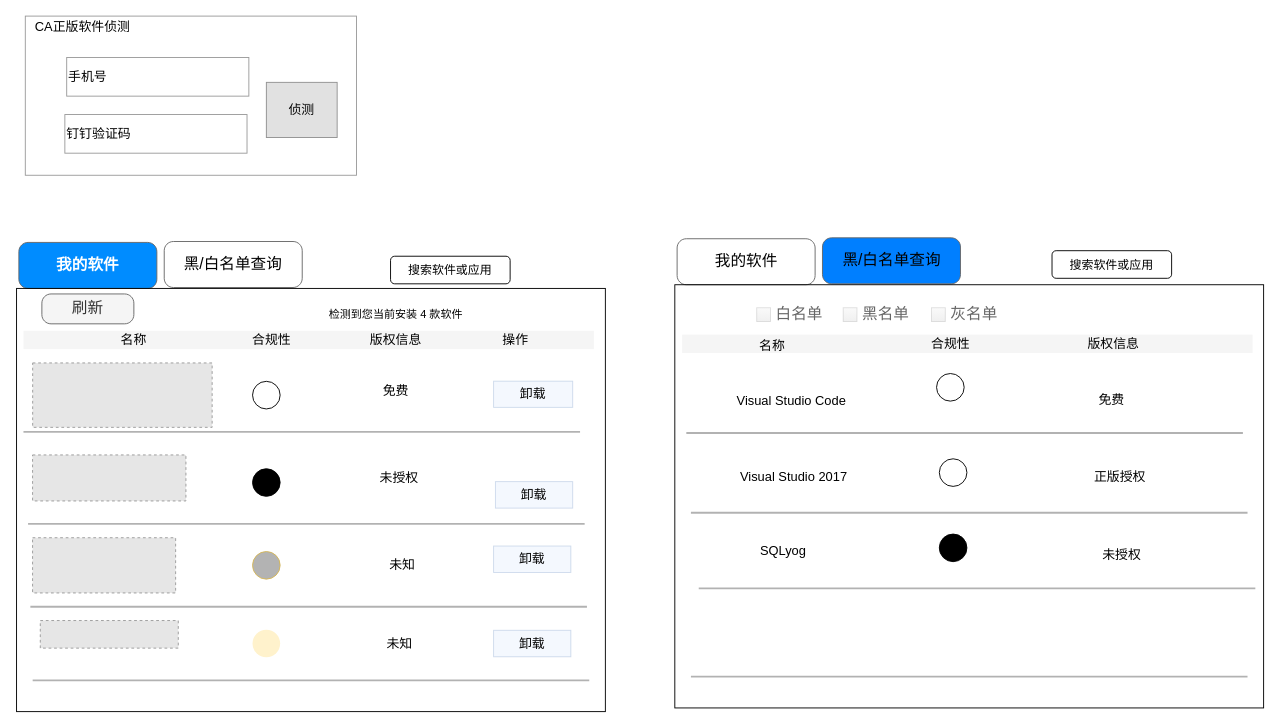
Earlier version of the draw.io diagram page "客户端v2" (4 of 6) of 正版软件管理.drawio (mashifei/uml). Source tidied: cells renumbered, new cells numbered last; positions are measured from the earlier drawing's top-left corner, leaving out a move shared by most shapes. Both pictures are drawn from the tidied source at 92%, with x=0, y=0 at pixel (17, 16). Pictures stored in the file or linked from it are replaced by grey dashed boxes.
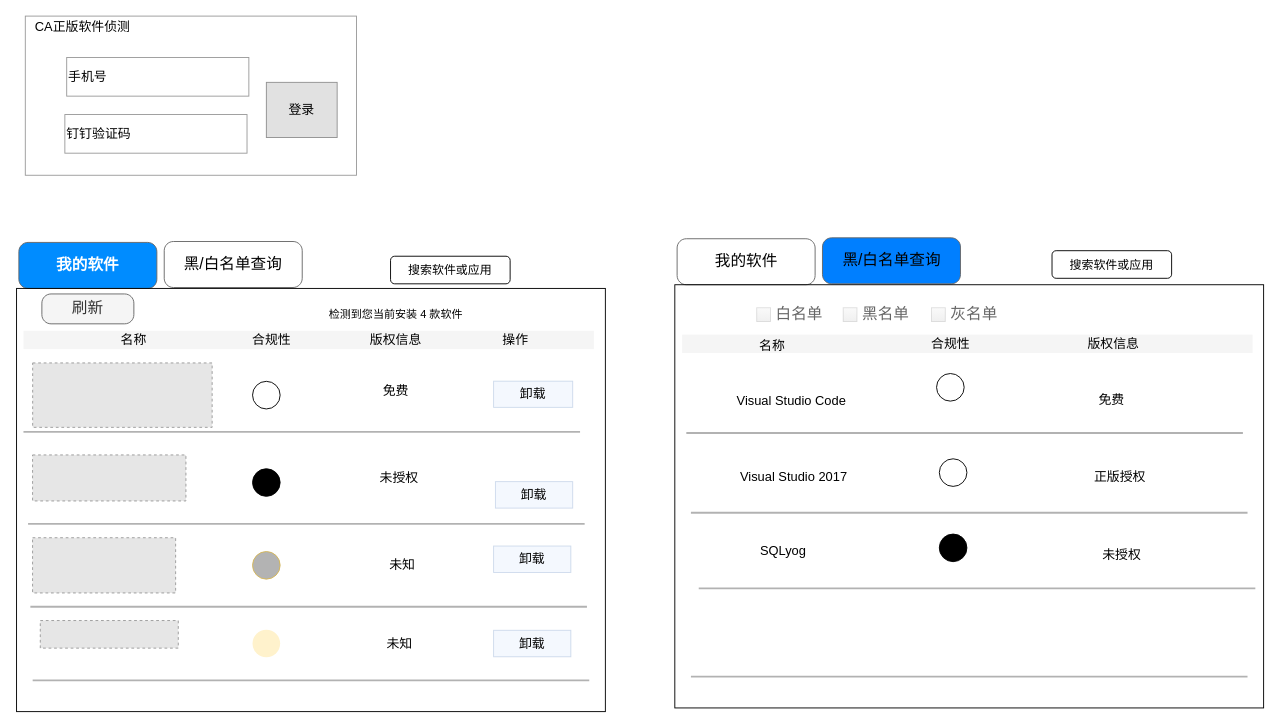
The same diagram, later.

Change to the diagram source:
```diff
@@
-    <mxCell id="60" value="侦测" style="rounded=0;whiteSpace=wrap;html=1;shadow=0;sketch=0;strokeColor=#000000;fillColor=#B3B3B3;fontSize=14;fontColor=#000000;opacity=40;align=center;" parent="1" vertex="1">
+    <mxCell id="60" value="登录" style="rounded=0;whiteSpace=wrap;html=1;shadow=0;sketch=0;strokeColor=#000000;fillColor=#B3B3B3;fontSize=14;fontColor=#000000;opacity=40;align=center;" parent="1" vertex="1">
       <mxGeometry x="271" y="72" width="77" height="60" as="geometry" />
     </mxCell>
```
